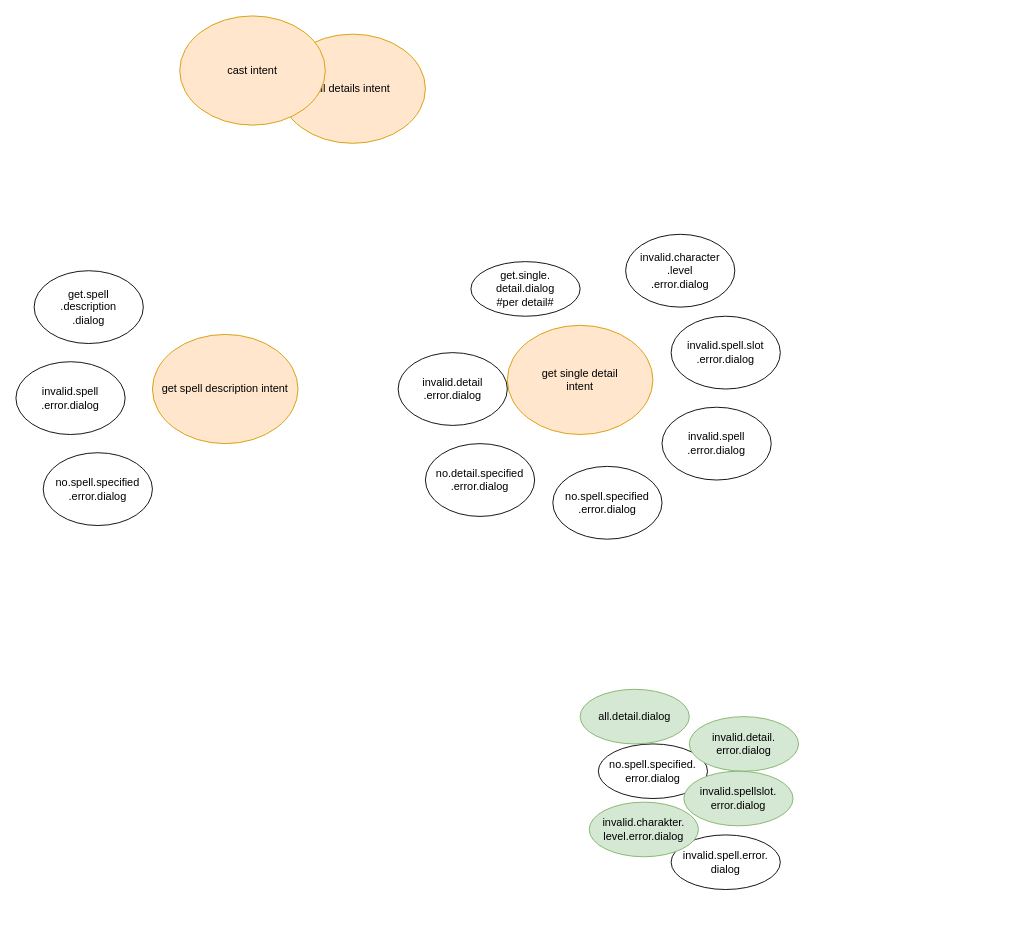
This is doc/dialog_to_intent.drawio from Linyeir/spellcastmanager-skill, a draw.io file, before an edit. Source tidied: cells renumbered, new cells numbered last; positions are measured from the earlier drawing's top-left corner, leaving out a move shared by most shapes. Both pictures are drawn from the tidied source at 91%, with x=0, y=0 at pixel (15, 15).
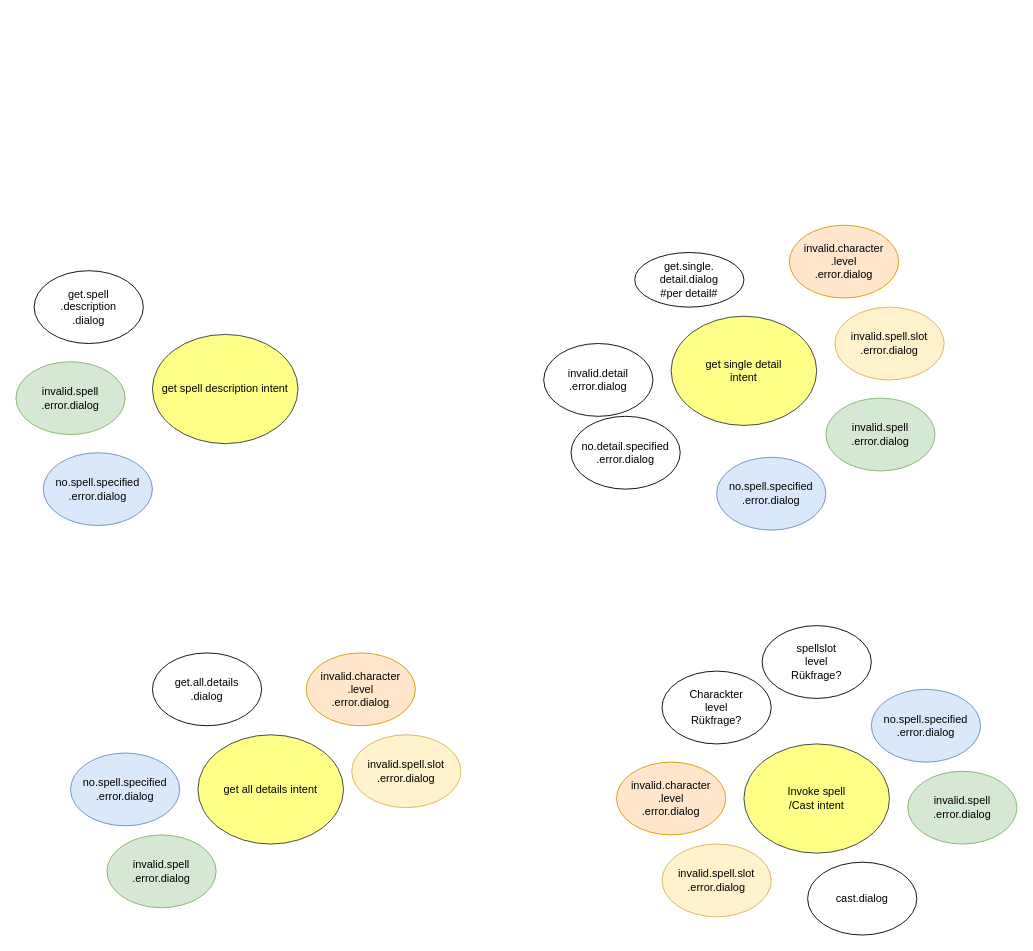
After the change.

Commit message (it also covers changes not shown here):
finish draft of intent_dialog, draw base component structure

What changed in the source:
```diff
@@
     <mxCell id="2" value="get.single.&lt;br&gt;detail.dialog&lt;br&gt;#per detail#" style="ellipse;whiteSpace=wrap;html=1;" parent="1" vertex="1">
-      <mxGeometry x="500" y="270" width="120" height="60" as="geometry" />
+      <mxGeometry x="680" y="260" width="120" height="60" as="geometry" />
     </mxCell>
-    <mxCell id="3" value="no.spell.specified.&lt;br&gt;error.dialog" style="ellipse;whiteSpace=wrap;html=1;" parent="1" vertex="1">
-      <mxGeometry x="640" y="800" width="120" height="60" as="geometry" />
-    </mxCell>
-    <mxCell id="4" value="invalid.spell.error.&lt;br&gt;dialog" style="ellipse;whiteSpace=wrap;html=1;" parent="1" vertex="1">
-      <mxGeometry x="720" y="900" width="120" height="60" as="geometry" />
-    </mxCell>
-    <mxCell id="5" value="all.detail.dialog" style="ellipse;whiteSpace=wrap;html=1;fillColor=#d5e8d4;strokeColor=#82b366;" parent="1" vertex="1">
-      <mxGeometry x="620" y="740" width="120" height="60" as="geometry" />
-    </mxCell>
-    <mxCell id="6" value="invalid.detail.&lt;br&gt;error.dialog" style="ellipse;whiteSpace=wrap;html=1;fillColor=#d5e8d4;strokeColor=#82b366;" parent="1" vertex="1">
-      <mxGeometry x="740" y="770" width="120" height="60" as="geometry" />
-    </mxCell>
-    <mxCell id="7" value="invalid.spellslot.&lt;br&gt;error.dialog" style="ellipse;whiteSpace=wrap;html=1;fillColor=#d5e8d4;strokeColor=#82b366;" parent="1" vertex="1">
-      <mxGeometry x="734" y="830" width="120" height="60" as="geometry" />
-    </mxCell>
-    <mxCell id="8" value="invalid.charakter.&lt;br&gt;level.error.dialog" style="ellipse;whiteSpace=wrap;html=1;fillColor=#d5e8d4;strokeColor=#82b366;" parent="1" vertex="1">
-      <mxGeometry x="630" y="864" width="120" height="60" as="geometry" />
-    </mxCell>
-    <mxCell id="9" value="get spell description intent" style="ellipse;whiteSpace=wrap;html=1;fillColor=#ffe6cc;strokeColor=#d79b00;" parent="1" vertex="1">
+    <mxCell id="9" value="get spell description intent" style="ellipse;whiteSpace=wrap;html=1;fillColor=#ffff88;strokeColor=#36393d;" parent="1" vertex="1">
       <mxGeometry x="150" y="350" width="160" height="120" as="geometry" />
     </mxCell>
-    <mxCell id="10" value="all details intent" style="ellipse;whiteSpace=wrap;html=1;fillColor=#ffe6cc;strokeColor=#d79b00;" parent="1" vertex="1">
-      <mxGeometry x="290" y="20" width="160" height="120" as="geometry" />
+    <mxCell id="10" value="get all details intent" style="ellipse;whiteSpace=wrap;html=1;fillColor=#ffff88;strokeColor=#36393d;" parent="1" vertex="1">
+      <mxGeometry x="200" y="790" width="160" height="120" as="geometry" />
     </mxCell>
-    <mxCell id="11" value="get single detail &lt;br&gt;intent" style="ellipse;whiteSpace=wrap;html=1;fillColor=#ffe6cc;strokeColor=#d79b00;" parent="1" vertex="1">
-      <mxGeometry x="540" y="340" width="160" height="120" as="geometry" />
+    <mxCell id="11" value="get single detail &lt;br&gt;intent" style="ellipse;whiteSpace=wrap;html=1;fillColor=#ffff88;strokeColor=#36393d;" parent="1" vertex="1">
+      <mxGeometry x="720" y="330" width="160" height="120" as="geometry" />
     </mxCell>
-    <mxCell id="12" value="cast intent" style="ellipse;whiteSpace=wrap;html=1;fillColor=#ffe6cc;strokeColor=#d79b00;" parent="1" vertex="1">
-      <mxGeometry x="180" width="160" height="120" as="geometry" />
+    <mxCell id="12" value="Invoke spell&lt;br&gt;/Cast intent" style="ellipse;whiteSpace=wrap;html=1;fillColor=#ffff88;strokeColor=#36393d;" parent="1" vertex="1">
+      <mxGeometry x="800" y="800" width="160" height="120" as="geometry" />
     </mxCell>
-    <mxCell id="13" value="no.spell.specified&lt;br&gt;.error.dialog" style="ellipse;whiteSpace=wrap;html=1;fillColor=default;" parent="1" vertex="1">
+    <mxCell id="13" value="no.spell.specified&lt;br&gt;.error.dialog" style="ellipse;whiteSpace=wrap;html=1;fillColor=#dae8fc;strokeColor=#6c8ebf;" parent="1" vertex="1">
       <mxGeometry x="30" y="480" width="120" height="80" as="geometry" />
     </mxCell>
-    <mxCell id="14" value="invalid.spell&lt;br&gt;.error.dialog" style="ellipse;whiteSpace=wrap;html=1;fillColor=default;" parent="1" vertex="1">
+    <mxCell id="14" value="invalid.spell&lt;br&gt;.error.dialog" style="ellipse;whiteSpace=wrap;html=1;fillColor=#d5e8d4;strokeColor=#82b366;" parent="1" vertex="1">
       <mxGeometry y="380" width="120" height="80" as="geometry" />
     </mxCell>
@@
-    <mxCell id="16" value="no.spell.specified&lt;br&gt;.error.dialog" style="ellipse;whiteSpace=wrap;html=1;fillColor=default;" parent="1" vertex="1">
-      <mxGeometry x="590" y="495" width="120" height="80" as="geometry" />
+    <mxCell id="16" value="no.spell.specified&lt;br&gt;.error.dialog" style="ellipse;whiteSpace=wrap;html=1;fillColor=#dae8fc;strokeColor=#6c8ebf;" parent="1" vertex="1">
+      <mxGeometry x="770" y="485" width="120" height="80" as="geometry" />
     </mxCell>
-    <mxCell id="17" value="invalid.spell&lt;br&gt;.error.dialog" style="ellipse;whiteSpace=wrap;html=1;fillColor=default;" parent="1" vertex="1">
-      <mxGeometry x="710" y="430" width="120" height="80" as="geometry" />
+    <mxCell id="17" value="invalid.spell&lt;br&gt;.error.dialog" style="ellipse;whiteSpace=wrap;html=1;fillColor=#d5e8d4;strokeColor=#82b366;" parent="1" vertex="1">
+      <mxGeometry x="890" y="420" width="120" height="80" as="geometry" />
     </mxCell>
-    <mxCell id="18" value="no.detail.specified&lt;br&gt;.error.dialog" style="ellipse;whiteSpace=wrap;html=1;fillColor=default;" parent="1" vertex="1">
-      <mxGeometry x="450" y="470" width="120" height="80" as="geometry" />
+    <mxCell id="18" value="no.detail.specified&lt;br&gt;.error.dialog" style="ellipse;whiteSpace=wrap;html=1;" parent="1" vertex="1">
+      <mxGeometry x="610" y="440" width="120" height="80" as="geometry" />
     </mxCell>
-    <mxCell id="19" value="invalid.detail&lt;br&gt;.error.dialog" style="ellipse;whiteSpace=wrap;html=1;fillColor=default;" parent="1" vertex="1">
-      <mxGeometry x="420" y="370" width="120" height="80" as="geometry" />
+    <mxCell id="19" value="invalid.detail&lt;br&gt;.error.dialog" style="ellipse;whiteSpace=wrap;html=1;" parent="1" vertex="1">
+      <mxGeometry x="580" y="360" width="120" height="80" as="geometry" />
     </mxCell>
-    <mxCell id="20" value="invalid.spell.slot&lt;br&gt;.error.dialog" style="ellipse;whiteSpace=wrap;html=1;fillColor=default;" parent="1" vertex="1">
-      <mxGeometry x="720" y="330" width="120" height="80" as="geometry" />
+    <mxCell id="20" value="invalid.spell.slot&lt;br&gt;.error.dialog" style="ellipse;whiteSpace=wrap;html=1;fillColor=#fff2cc;strokeColor=#d6b656;" parent="1" vertex="1">
+      <mxGeometry x="900" y="320" width="120" height="80" as="geometry" />
     </mxCell>
-    <mxCell id="21" value="invalid.character&lt;br&gt;.level&lt;br&gt;.error.dialog" style="ellipse;whiteSpace=wrap;html=1;fillColor=default;" parent="1" vertex="1">
-      <mxGeometry x="670" y="240" width="120" height="80" as="geometry" />
+    <mxCell id="21" value="invalid.character&lt;br&gt;.level&lt;br&gt;.error.dialog" style="ellipse;whiteSpace=wrap;html=1;fillColor=#ffe6cc;strokeColor=#d79b00;" parent="1" vertex="1">
+      <mxGeometry x="850" y="230" width="120" height="80" as="geometry" />
     </mxCell>
+    <mxCell id="22" value="no.spell.specified&lt;br&gt;.error.dialog" style="ellipse;whiteSpace=wrap;html=1;fillColor=#dae8fc;strokeColor=#6c8ebf;" parent="1" vertex="1">
+      <mxGeometry x="60" y="810" width="120" height="80" as="geometry" />
+    </mxCell>
+    <mxCell id="23" value="invalid.spell&lt;br&gt;.error.dialog" style="ellipse;whiteSpace=wrap;html=1;fillColor=#d5e8d4;strokeColor=#82b366;" parent="1" vertex="1">
+      <mxGeometry x="100" y="900" width="120" height="80" as="geometry" />
+    </mxCell>
+    <mxCell id="24" value="invalid.spell.slot&lt;br&gt;.error.dialog" style="ellipse;whiteSpace=wrap;html=1;fillColor=#fff2cc;strokeColor=#d6b656;" parent="1" vertex="1">
+      <mxGeometry x="369" y="790" width="120" height="80" as="geometry" />
+    </mxCell>
+    <mxCell id="25" value="invalid.character&lt;br&gt;.level&lt;br&gt;.error.dialog" style="ellipse;whiteSpace=wrap;html=1;fillColor=#ffe6cc;strokeColor=#d79b00;" parent="1" vertex="1">
+      <mxGeometry x="319" y="700" width="120" height="80" as="geometry" />
+    </mxCell>
+    <mxCell id="26" value="get.all.details&lt;br&gt;.dialog" style="ellipse;whiteSpace=wrap;html=1;fillColor=default;" parent="1" vertex="1">
+      <mxGeometry x="150" y="700" width="120" height="80" as="geometry" />
+    </mxCell>
+    <mxCell id="27" value="no.spell.specified&lt;br&gt;.error.dialog" style="ellipse;whiteSpace=wrap;html=1;fillColor=#dae8fc;strokeColor=#6c8ebf;" parent="1" vertex="1">
+      <mxGeometry x="940" y="740" width="120" height="80" as="geometry" />
+    </mxCell>
+    <mxCell id="28" value="invalid.spell&lt;br&gt;.error.dialog" style="ellipse;whiteSpace=wrap;html=1;fillColor=#d5e8d4;strokeColor=#82b366;" parent="1" vertex="1">
+      <mxGeometry x="980" y="830" width="120" height="80" as="geometry" />
+    </mxCell>
+    <mxCell id="29" value="invalid.spell.slot&lt;br&gt;.error.dialog" style="ellipse;whiteSpace=wrap;html=1;fillColor=#fff2cc;strokeColor=#d6b656;" parent="1" vertex="1">
+      <mxGeometry x="710" y="910" width="120" height="80" as="geometry" />
+    </mxCell>
+    <mxCell id="30" value="invalid.character&lt;br&gt;.level&lt;br&gt;.error.dialog" style="ellipse;whiteSpace=wrap;html=1;fillColor=#ffe6cc;strokeColor=#d79b00;" parent="1" vertex="1">
+      <mxGeometry x="660" y="820" width="120" height="80" as="geometry" />
+    </mxCell>
+    <mxCell id="31" value="Charackter&lt;br&gt;level&lt;br&gt;Rükfrage?" style="ellipse;whiteSpace=wrap;html=1;" parent="1" vertex="1">
+      <mxGeometry x="710" y="720" width="120" height="80" as="geometry" />
+    </mxCell>
+    <mxCell id="32" value="spellslot&lt;br&gt;level&lt;br&gt;Rükfrage?" style="ellipse;whiteSpace=wrap;html=1;" parent="1" vertex="1">
+      <mxGeometry x="820" y="670" width="120" height="80" as="geometry" />
+    </mxCell>
+    <mxCell id="33" value="cast.dialog" style="ellipse;whiteSpace=wrap;html=1;fillColor=default;" parent="1" vertex="1">
+      <mxGeometry x="870" y="930" width="120" height="80" as="geometry" />
+    </mxCell>
```
